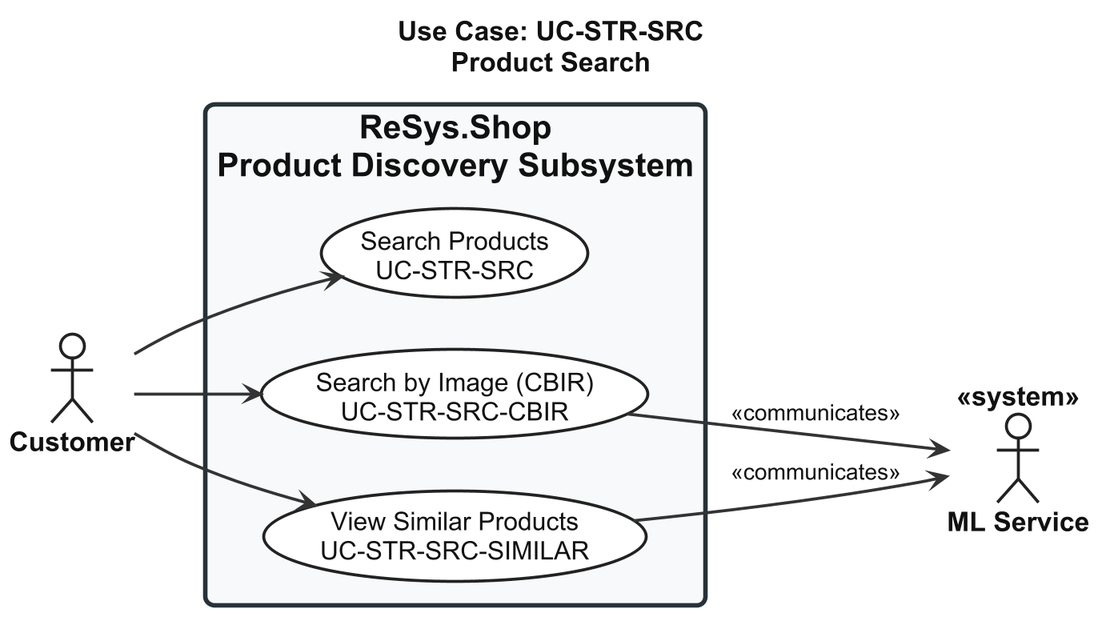
qingfa-dev/ReSys.Shop keeps this PlantUML diagram as thesis/figures/chapters/part2/ch2-design/02-use-cases/diagrams/P2S2.2.2_usecase-search.png. Above is the earlier version.
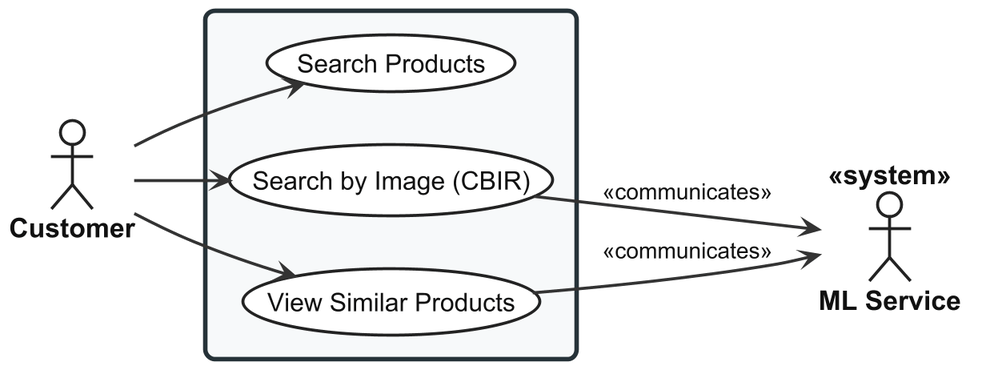
The same diagram one commit later.

Change to the diagram source:
```diff
@@ -56,18 +56,17 @@
 
 </style>
 
-title Use Case: UC-STR-SRC\nProduct Search
 
 actor "Customer" as Customer
 actor "ML Service" as ML <<system>>
 
-rectangle "ReSys.Shop\nProduct Discovery Subsystem" {
+rectangle {
 
-  usecase "Search Products\nUC-STR-SRC" as UC_SEARCH
+  usecase "Search Products" as UC_SEARCH
 
-  usecase "Search by Image (CBIR)\nUC-STR-SRC-CBIR" as UC_CBIR
+  usecase "Search by Image (CBIR)" as UC_CBIR
 
-  usecase "View Similar Products\nUC-STR-SRC-SIMILAR" as UC_SIMILAR
+  usecase "View Similar Products" as UC_SIMILAR
 
 }
 
```
